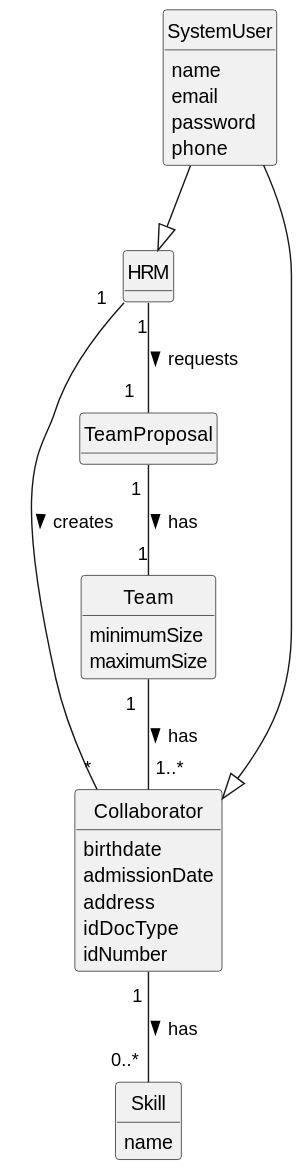
Earlier version of the PlantUML export docs/sprintA/us005/02.analysis/svg/us005-domain-model.svg (Departamento-de-Engenharia-Informatica/lei-24-s2-1do-g164).
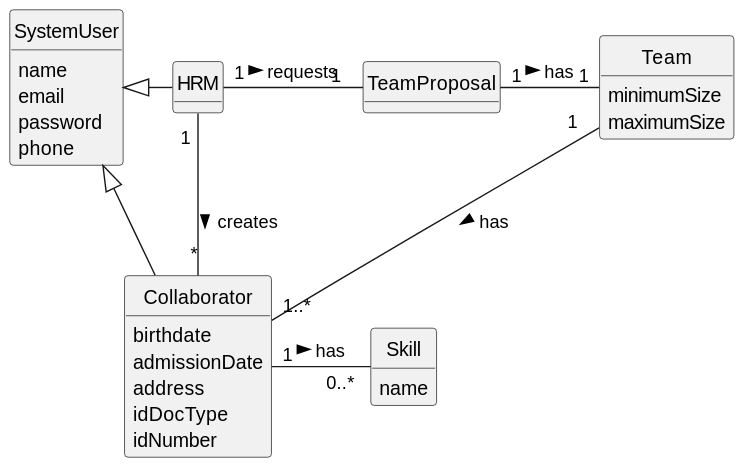
After the change.

Commit message:
Update of all images and changes on SSD from US06. Domain Models finished

Change to the diagram source:
```diff
@@ -22,11 +22,11 @@
 }
 
 class Collaborator {
-        birthdate
-                       admissionDate
-                       address
-                       idDocType
-                       idNumber
+    birthdate
+    admissionDate
+    address
+    idDocType
+    idNumber
 }
 
 class TeamProposal {
@@ -42,11 +42,11 @@
     name
 }
 
-HRM "1 " -- "*" Collaborator : creates >
-HRM "1" -- "1  " TeamProposal : requests >
-TeamProposal "1 " --"1" Team: has >
+HRM "1 " - "*" Collaborator : creates >
+HRM "1" - "1  " TeamProposal : requests >
+TeamProposal "1 " - "1" Team: has >
 Team "1  " -- "1..*                  " Collaborator: has >
-Collaborator "1 " -- "0..* " Skill : has >
-SystemUser --|> HRM
-SystemUser --|> Collaborator
+Collaborator "1 " - "0..* " Skill : has >
+SystemUser <|- HRM
+SystemUser <|-- Collaborator
 @enduml
```
